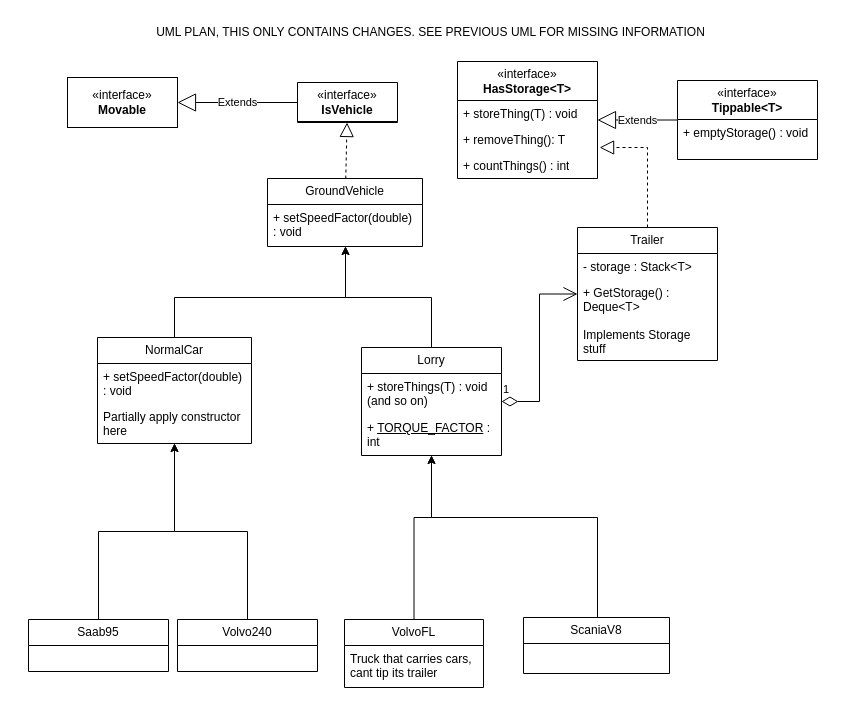
vicha00/DIT954-Labb-Grupp16 keeps this draw.io diagram as UML/UML-plan-with-subclasses.drawio. Above is the earlier version. Source tidied: cells renumbered, new cells numbered last; positions are measured from the earlier drawing's top-left corner, leaving out a move shared by most shapes. Both pictures are drawn from the tidied source at 100%, with x=0, y=0 at pixel (17, 17).
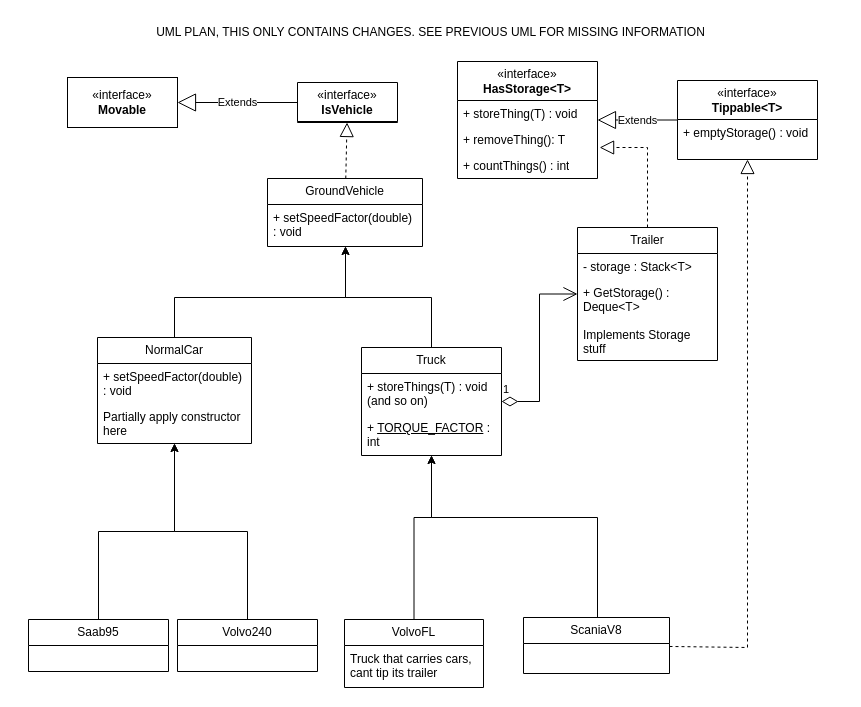
After the change.

Commit message (it also covers changes not shown here):
added interface implemetation to UML

The change refers to these unchanged cells:
```xml
<mxCell id="13" value="ScaniaV8" style="swimlane;fontStyle=0;horizontal=1;startSize=26;fillColor=none;whiteSpace=wrap;html=1;" parent="1" vertex="1">
  <mxGeometry x="506" y="600" width="146" height="56" as="geometry" />
</mxCell>
<mxCell id="31" value="«interface»&lt;br&gt;&lt;div&gt;&lt;b&gt;Tippable&amp;lt;T&amp;gt;&lt;/b&gt;&lt;/div&gt;" style="swimlane;fontStyle=0;horizontal=1;startSize=39;fillColor=none;whiteSpace=wrap;html=1;" parent="1" vertex="1">
  <mxGeometry x="660" y="63" width="140" height="79" as="geometry" />
</mxCell>
```

Change to the diagram source:
```diff
@@
-    <mxCell id="28" value="Lorry" style="swimlane;fontStyle=0;horizontal=1;startSize=26;fillColor=none;whiteSpace=wrap;html=1;" parent="1" vertex="1">
+    <mxCell id="28" value="&lt;div&gt;Truck&lt;/div&gt;" style="swimlane;fontStyle=0;horizontal=1;startSize=26;fillColor=none;whiteSpace=wrap;html=1;" parent="1" vertex="1">
       <mxGeometry x="344" y="330" width="140" height="108" as="geometry" />
     </mxCell>
@@
+    <mxCell id="39" style="endArrow=block;dashed=1;endFill=0;endSize=12;html=1;rounded=0;" parent="1" edge="1" source="13" target="31">
+      <mxGeometry relative="1" as="geometry">
+        <Array as="points">
+          <mxPoint x="730" y="630" />
+        </Array>
+      </mxGeometry>
+    </mxCell>
```
